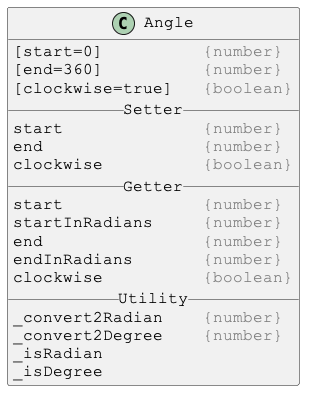
The PlantUML diagram docs/PlantUml/images/Angle.png in Justin-Byrne/canvasLab, before a commit.
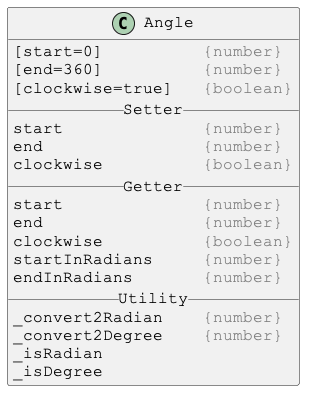
After the change.

Diff of the diagram source:
```diff
@@ -13,10 +13,10 @@
 clockwise          <color:gray>{boolean}</color>
 __ Getter __
 start              <color:gray>{number}</color>
+end                <color:gray>{number}</color>
+clockwise          <color:gray>{boolean}</color>
 startInRadians     <color:gray>{number}</color>
-end                <color:gray>{number}</color>
 endInRadians       <color:gray>{number}</color>
-clockwise          <color:gray>{boolean}</color>
 __ Utility __
 _convert2Radian    <color:gray>{number}</color>
 _convert2Degree    <color:gray>{number}</color>
```
